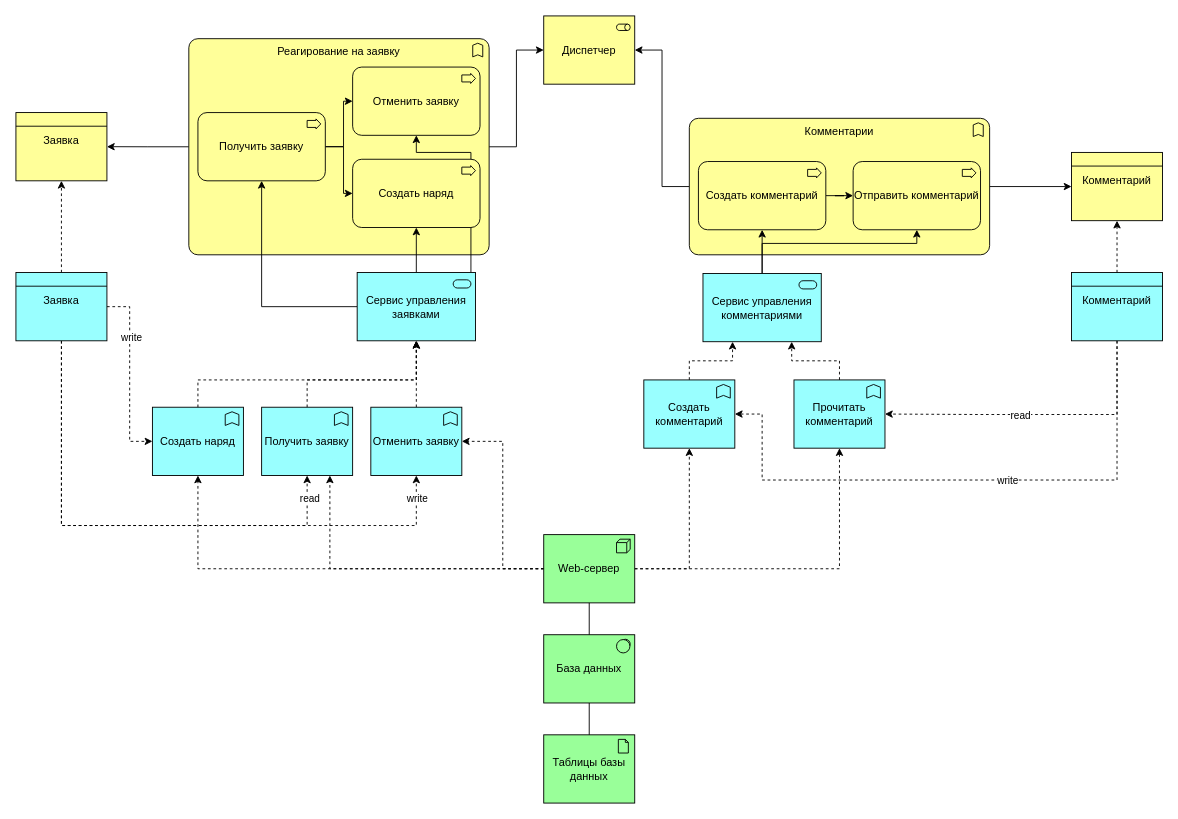
Earlier version of the draw.io diagram archi.drawio (iamquoz/essen). Source tidied: cells renumbered, new cells numbered last; positions are measured from the earlier drawing's top-left corner, leaving out a move shared by most shapes. Both pictures are drawn from the tidied source at 91%, with x=0, y=0 at pixel (15, 15).
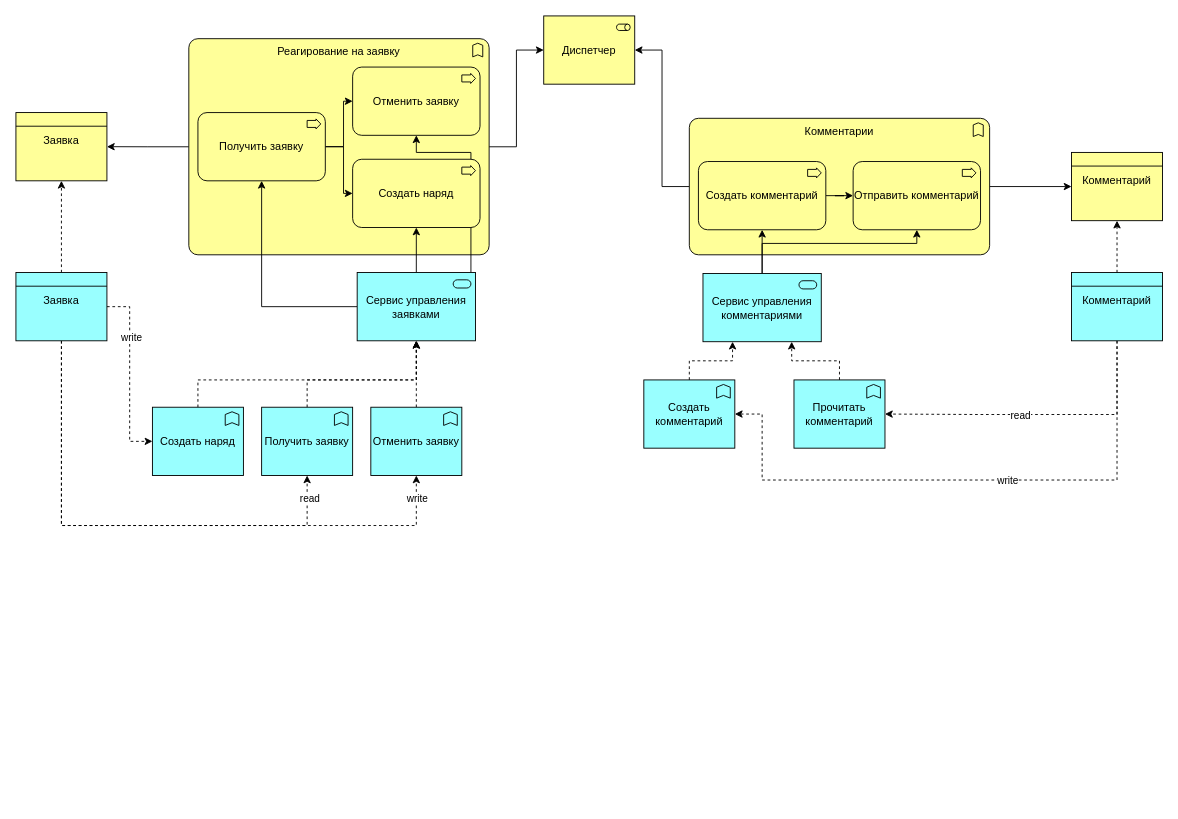
Above is the later version.

Unchanged cells that the change refers to:
```xml
<mxCell id="33" value="Создать комментарий" style="html=1;outlineConnect=0;whiteSpace=wrap;fillColor=#99ffff;shape=mxgraph.archimate.application;appType=function;" parent="1" vertex="1">
  <mxGeometry x="690" y="400" width="100" height="75" as="geometry" />
</mxCell>
<mxCell id="35" value="Прочитать комментарий" style="html=1;outlineConnect=0;whiteSpace=wrap;fillColor=#99ffff;shape=mxgraph.archimate.application;appType=function;" parent="1" vertex="1">
  <mxGeometry x="855" y="400" width="100" height="75" as="geometry" />
</mxCell>
<mxCell id="55" value="Создать наряд" style="html=1;outlineConnect=0;whiteSpace=wrap;fillColor=#99ffff;shape=mxgraph.archimate.application;appType=function;" parent="1" vertex="1">
  <mxGeometry x="150" y="430" width="100" height="75" as="geometry" />
</mxCell>
<mxCell id="57" value="Получить заявку" style="html=1;outlineConnect=0;whiteSpace=wrap;fillColor=#99ffff;shape=mxgraph.archimate.application;appType=function;" parent="1" vertex="1">
  <mxGeometry x="270" y="430" width="100" height="75" as="geometry" />
</mxCell>
<mxCell id="59" value="Отменить заявку" style="html=1;outlineConnect=0;whiteSpace=wrap;fillColor=#99ffff;shape=mxgraph.archimate.application;appType=function;" parent="1" vertex="1">
  <mxGeometry x="390" y="430" width="100" height="75" as="geometry" />
</mxCell>
```

Diff of the diagram source:
```diff
@@
-    <mxCell id="2" value="Таблицы базы данных" style="html=1;outlineConnect=0;whiteSpace=wrap;fillColor=#99ff99;shape=mxgraph.archimate.application;appType=artifact;" parent="1" vertex="1">
-      <mxGeometry x="580" y="790" width="100" height="75" as="geometry" />
-    </mxCell>
-    <mxCell id="3" value="База данных" style="html=1;outlineConnect=0;whiteSpace=wrap;fillColor=#99ff99;shape=mxgraph.archimate.application;appType=sysSw;" parent="1" vertex="1">
-      <mxGeometry x="580" y="680" width="100" height="75" as="geometry" />
-    </mxCell>
-    <mxCell id="4" style="edgeStyle=orthogonalEdgeStyle;rounded=0;jettySize=auto;html=1;dashed=1;" parent="1" edge="1" source="9" target="33">
-      <mxGeometry relative="1" as="geometry" />
-    </mxCell>
-    <mxCell id="5" style="edgeStyle=orthogonalEdgeStyle;rounded=0;jettySize=auto;html=1;dashed=1;" parent="1" edge="1" source="9" target="35">
-      <mxGeometry relative="1" as="geometry" />
-    </mxCell>
-    <mxCell id="6" style="edgeStyle=orthogonalEdgeStyle;rounded=0;jettySize=auto;html=1;entryX=1;entryY=0.5;entryDx=0;entryDy=0;entryPerimeter=0;dashed=1;" parent="1" edge="1" source="9" target="59">
-      <mxGeometry relative="1" as="geometry" />
-    </mxCell>
-    <mxCell id="7" style="edgeStyle=orthogonalEdgeStyle;rounded=0;jettySize=auto;html=1;entryX=0.75;entryY=1;entryDx=0;entryDy=0;entryPerimeter=0;dashed=1;" parent="1" edge="1" source="9" target="57">
-      <mxGeometry relative="1" as="geometry" />
-    </mxCell>
-    <mxCell id="8" style="edgeStyle=orthogonalEdgeStyle;rounded=0;jettySize=auto;html=1;dashed=1;" parent="1" edge="1" source="9" target="55">
-      <mxGeometry relative="1" as="geometry" />
-    </mxCell>
-    <mxCell id="9" value="Web-сервер" style="html=1;outlineConnect=0;whiteSpace=wrap;fillColor=#99ff99;shape=mxgraph.archimate.application;appType=node;" parent="1" vertex="1">
-      <mxGeometry x="580" y="570" width="100" height="75" as="geometry" />
-    </mxCell>
-    <mxCell id="10" style="endArrow=none;html=1;rounded=0;exitX=0.5;exitY=0;exitDx=0;exitDy=0;exitPerimeter=0;entryX=0.5;entryY=1;entryDx=0;entryDy=0;entryPerimeter=0;" parent="1" edge="1" source="2" target="3">
-      <mxGeometry relative="1" as="geometry" />
-    </mxCell>
-    <mxCell id="11" style="endArrow=none;html=1;rounded=0;entryX=0.5;entryY=1;entryDx=0;entryDy=0;entryPerimeter=0;exitX=0.5;exitY=0;exitDx=0;exitDy=0;exitPerimeter=0;" parent="1" edge="1" source="3" target="9">
-      <mxGeometry relative="1" as="geometry" />
-    </mxCell>
```
